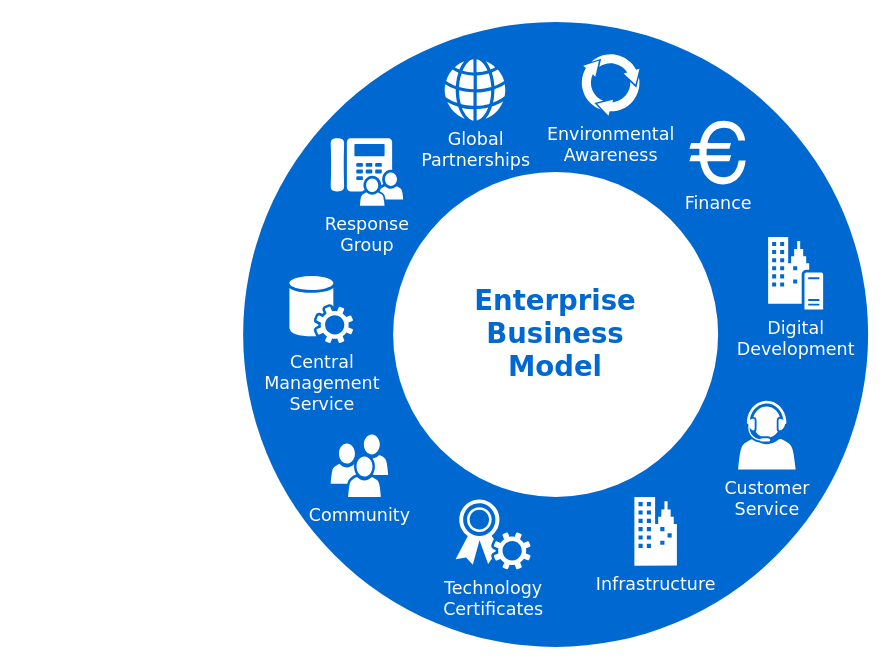
cqtxft/Misc_Utilities keeps this draw.io diagram as science.drawio. Above is the earlier version. Source tidied: cells renumbered, new cells numbered last; positions are measured from the earlier drawing's top-left corner, leaving out a move shared by most shapes. Both pictures are drawn from the tidied source at 125%, with x=0, y=0 at pixel (242, 21).
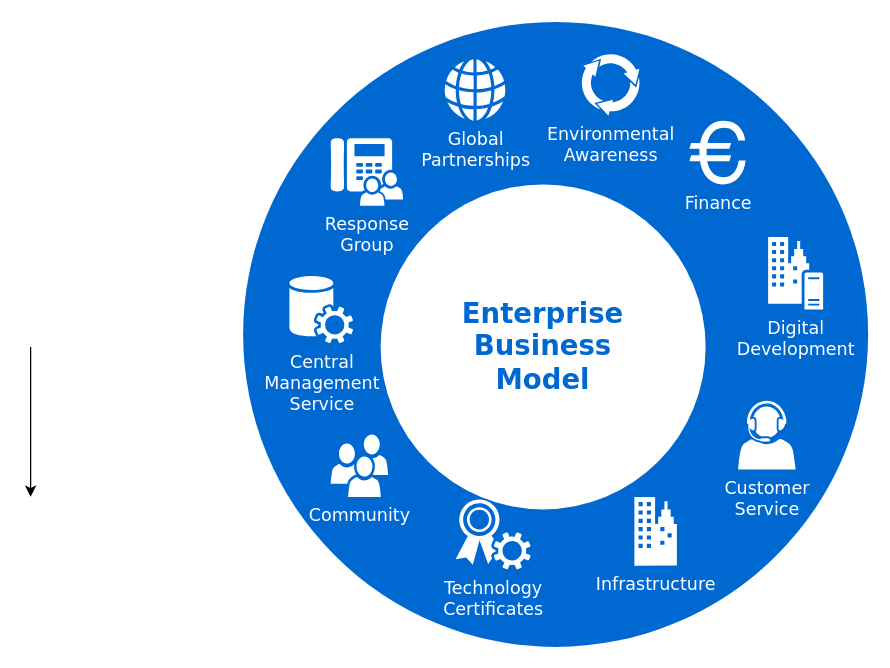
Above is the later version.

The edit, as a diff of the source:
```diff
@@
 <mxGraphModel background="#ffffff">
   <root>
     <mxCell id="0" />
     <mxCell id="1" parent="0" />
     <mxCell id="2" style="ellipse;whiteSpace=wrap;html=1;rounded=0;shadow=0;comic=0;strokeWidth=1;fontFamily=Verdana;fontSize=14;strokeColor=none;fillColor=#0069D1;" parent="1" vertex="1">
       <mxGeometry width="500" height="500" as="geometry" />
     </mxCell>
     <mxCell id="3" value="Enterprise&lt;div&gt;Business&lt;/div&gt;&lt;div&gt;Model&lt;/div&gt;" style="ellipse;whiteSpace=wrap;html=1;rounded=0;shadow=0;comic=0;strokeWidth=1;fontFamily=Verdana;fontSize=22;strokeColor=none;fillColor=#ffffff;fontColor=#0069D1;fontStyle=1;" parent="1" vertex="1">
-      <mxGeometry x="120" y="120" width="260" height="260" as="geometry" />
+      <mxGeometry x="110" y="130" width="260" height="260" as="geometry" />
     </mxCell>
     <mxCell id="4" value="Community" style="shadow=0;dashed=0;html=1;strokeColor=none;fillColor=#ffffff;labelPosition=center;verticalLabelPosition=bottom;verticalAlign=top;shape=mxgraph.office.users.users;rounded=0;comic=0;fontFamily=Verdana;fontSize=14;fontColor=#FFFFFF;" parent="1" vertex="1">
       <mxGeometry x="70" y="330" width="46" height="50" as="geometry" />
     </mxCell>
     <mxCell id="5" value="Customer&lt;div&gt;Service&lt;/div&gt;" style="shadow=0;dashed=0;html=1;strokeColor=none;fillColor=#ffffff;labelPosition=center;verticalLabelPosition=bottom;verticalAlign=top;shape=mxgraph.office.users.call_center_agent;rounded=0;comic=0;fontFamily=Verdana;fontSize=14;fontColor=#FFFFFF;" parent="1" vertex="1">
       <mxGeometry x="396" y="303" width="46" height="55" as="geometry" />
     </mxCell>
     <mxCell id="6" value="Response&lt;div&gt;Group&lt;/div&gt;" style="shadow=0;dashed=0;html=1;strokeColor=none;fillColor=#ffffff;labelPosition=center;verticalLabelPosition=bottom;verticalAlign=top;shape=mxgraph.office.users.response_group;rounded=0;comic=0;fontFamily=Verdana;fontSize=14;fontColor=#FFFFFF;" parent="1" vertex="1">
       <mxGeometry x="70" y="93" width="58" height="54" as="geometry" />
     </mxCell>
     <mxCell id="7" value="Central&lt;div&gt;Management&lt;/div&gt;&lt;div&gt;Service&lt;/div&gt;" style="shadow=0;dashed=0;html=1;strokeColor=none;fillColor=#ffffff;labelPosition=center;verticalLabelPosition=bottom;verticalAlign=top;shape=mxgraph.office.services.central_management_service;rounded=0;comic=0;fontFamily=Verdana;fontSize=14;fontColor=#FFFFFF;" parent="1" vertex="1">
       <mxGeometry x="37" y="203" width="51" height="54" as="geometry" />
     </mxCell>
     <mxCell id="8" value="Digital&lt;div&gt;Development&lt;/div&gt;" style="shadow=0;dashed=0;html=1;strokeColor=none;fillColor=#ffffff;labelPosition=center;verticalLabelPosition=bottom;verticalAlign=top;shape=mxgraph.office.servers.on_premises_server;rounded=0;comic=0;fontFamily=Verdana;fontSize=14;fontColor=#FFFFFF;" parent="1" vertex="1">
       <mxGeometry x="420" y="172" width="44" height="58" as="geometry" />
     </mxCell>
     <mxCell id="9" value="Technology&lt;div&gt;Certificates&lt;/div&gt;" style="shadow=0;dashed=0;html=1;strokeColor=none;fillColor=#ffffff;labelPosition=center;verticalLabelPosition=bottom;verticalAlign=top;shape=mxgraph.office.security.token_service;rounded=0;comic=0;fontFamily=Verdana;fontSize=14;fontColor=#FFFFFF;" parent="1" vertex="1">
       <mxGeometry x="170" y="382" width="60" height="56" as="geometry" />
     </mxCell>
     <mxCell id="10" value="Infrastructure" style="shadow=0;dashed=0;html=1;strokeColor=none;fillColor=#ffffff;labelPosition=center;verticalLabelPosition=bottom;verticalAlign=top;shape=mxgraph.office.concepts.on_premises;rounded=0;comic=0;fontFamily=Verdana;fontSize=14;fontColor=#FFFFFF;" parent="1" vertex="1">
       <mxGeometry x="313" y="380" width="34" height="55" as="geometry" />
     </mxCell>
     <mxCell id="11" value="Global&lt;div&gt;Partnerships&lt;/div&gt;" style="shadow=0;dashed=0;html=1;strokeColor=none;fillColor=#ffffff;labelPosition=center;verticalLabelPosition=bottom;verticalAlign=top;shape=mxgraph.office.concepts.globe_internet;rounded=0;comic=0;fontFamily=Verdana;fontSize=14;fontColor=#FFFFFF;" parent="1" vertex="1">
       <mxGeometry x="161" y="30" width="49" height="49" as="geometry" />
     </mxCell>
     <mxCell id="12" value="Environmental&lt;div&gt;Awareness&lt;/div&gt;" style="shadow=0;dashed=0;html=1;strokeColor=none;shape=mxgraph.mscae.general.continuous_cycle;fillColor=#ffffff;rounded=0;comic=0;fontFamily=Verdana;fontSize=14;fontColor=#FFFFFF;verticalAlign=top;labelPosition=center;verticalLabelPosition=bottom;align=center;" parent="1" vertex="1">
       <mxGeometry x="270" y="25" width="48" height="50" as="geometry" />
     </mxCell>
     <mxCell id="13" value="Finance" style="shape=mxgraph.signs.travel.euro;html=1;fillColor=#ffffff;strokeColor=none;verticalLabelPosition=bottom;verticalAlign=top;align=center;rounded=0;shadow=0;dashed=0;comic=0;fontFamily=Verdana;fontSize=14;fontColor=#FFFFFF;" parent="1" vertex="1">
       <mxGeometry x="357" y="79" width="45" height="51" as="geometry" />
     </mxCell>
+    <mxCell id="14" style="edgeStyle=orthogonalEdgeStyle;rounded=0;orthogonalLoop=1;jettySize=auto;html=1;exitX=0.5;exitY=1;exitDx=0;exitDy=0;" parent="1" edge="1">
+      <mxGeometry relative="1" as="geometry">
+        <mxPoint x="-170" y="260" as="sourcePoint" />
+        <mxPoint x="-170" y="380" as="targetPoint" />
+        <Array as="points">
+          <mxPoint x="-170" y="380" />
+        </Array>
+      </mxGeometry>
+    </mxCell>
   </root>
 </mxGraphModel>
```
